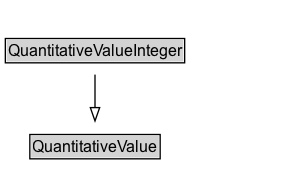
The Graphviz diagram docs/diagrams/QuantitativeValueInteger.dot.png in k-vaughn/ontology-import-gr, before a commit. Its source is kept beside it as docs/diagrams/QuantitativeValueInteger.dot. Its diagram source:
```dot
digraph {
	graph [overlap=false rankdir=TB splines=true]
	node [fontname=Arial fontsize=12 margin=0 shape=none]
	edge [fontname=Arial fontsize=11]
	QuantitativeValueInteger [label=<<TABLE BORDER="1" CELLBORDER="0" CELLSPACING="0" CELLPADDING="1"><TR><TD BGCOLOR="lightgray" ALIGN="CENTER">QuantitativeValueInteger</TD></TR></TABLE>> URL="../QuantitativeValueInteger" margin=0]
	{
		rank=max
	}
	subgraph cluster_associated {
		label="" style=invis
		Invis [label=<<TABLE BORDER="0" CELLBORDER="0" CELLSPACING="0" CELLPADDING="1"><TR><TD></TD></TR></TABLE>> margin=0 style=invis]
	}
	QuantitativeValue [label=<<TABLE BORDER="1" CELLBORDER="0" CELLSPACING="0" CELLPADDING="1"><TR><TD BGCOLOR="lightgray" ALIGN="CENTER">QuantitativeValue</TD></TR></TABLE>> URL="../QuantitativeValue" margin=0]
	QuantitativeValueInteger -> QuantitativeValue [arrowhead=onormal style=solid]
}
```
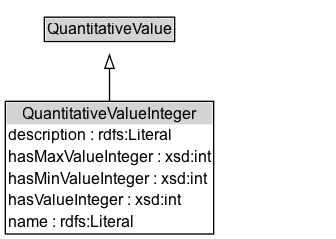
The same diagram one commit later.

The edit, as a diff of the source:
```diff
@@ -2,7 +2,11 @@
 	graph [overlap=false rankdir=TB splines=true]
 	node [fontname=Arial fontsize=12 margin=0 shape=none]
 	edge [fontname=Arial fontsize=11]
-	QuantitativeValueInteger [label=<<TABLE BORDER="1" CELLBORDER="0" CELLSPACING="0" CELLPADDING="1"><TR><TD BGCOLOR="lightgray" ALIGN="CENTER">QuantitativeValueInteger</TD></TR></TABLE>> URL="../QuantitativeValueInteger" margin=0]
+	{
+		rank=source
+		QuantitativeValue [label=<<TABLE BORDER="1" CELLBORDER="0" CELLSPACING="0" CELLPADDING="1"><TR><TD BGCOLOR="lightgray" ALIGN="CENTER">QuantitativeValue</TD></TR></TABLE>> URL="../QuantitativeValue" margin=0]
+	}
+	QuantitativeValueInteger [label=<<TABLE BORDER="1" CELLBORDER="0" CELLSPACING="0" CELLPADDING="1"><TR><TD BGCOLOR="lightgray" ALIGN="CENTER">QuantitativeValueInteger</TD></TR><TR><TD ALIGN="LEFT">description : rdfs:Literal</TD></TR><TR><TD ALIGN="LEFT">hasMaxValueInteger : xsd:int</TD></TR><TR><TD ALIGN="LEFT">hasMinValueInteger : xsd:int</TD></TR><TR><TD ALIGN="LEFT">hasValueInteger : xsd:int</TD></TR><TR><TD ALIGN="LEFT">name : rdfs:Literal</TD></TR></TABLE>> URL="../QuantitativeValueInteger" margin=0]
 	{
 		rank=max
 	}
@@ -10,6 +14,5 @@
 		label="" style=invis
 		Invis [label=<<TABLE BORDER="0" CELLBORDER="0" CELLSPACING="0" CELLPADDING="1"><TR><TD></TD></TR></TABLE>> margin=0 style=invis]
 	}
-	QuantitativeValue [label=<<TABLE BORDER="1" CELLBORDER="0" CELLSPACING="0" CELLPADDING="1"><TR><TD BGCOLOR="lightgray" ALIGN="CENTER">QuantitativeValue</TD></TR></TABLE>> URL="../QuantitativeValue" margin=0]
 	QuantitativeValueInteger -> QuantitativeValue [arrowhead=onormal style=solid]
 }
```
